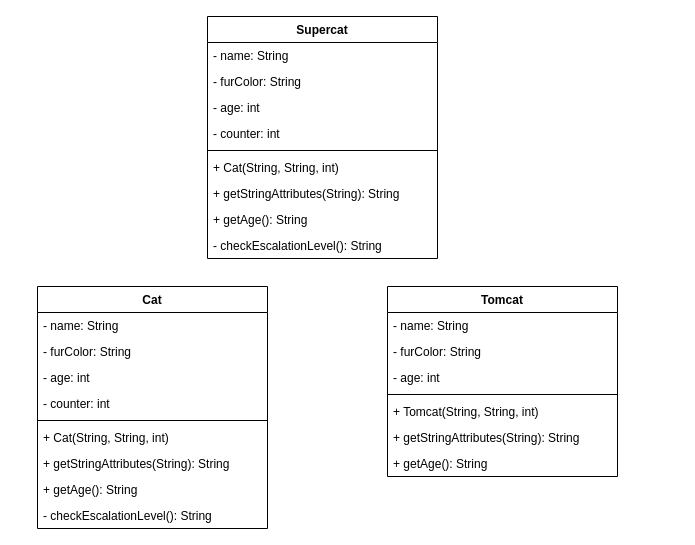
This is page "Cat_Tomcat_Supercat" (3 of 3) of klassendiagramm.drawio from Jamkhan-CC/03_Inheritance_Vererbung---1, a draw.io file, before an edit. Source tidied: cells renumbered, new cells numbered last; positions are measured from the earlier drawing's top-left corner, leaving out a move shared by most shapes. Both pictures are drawn from the tidied source at 100%, with x=0, y=0 at pixel (37, 16).
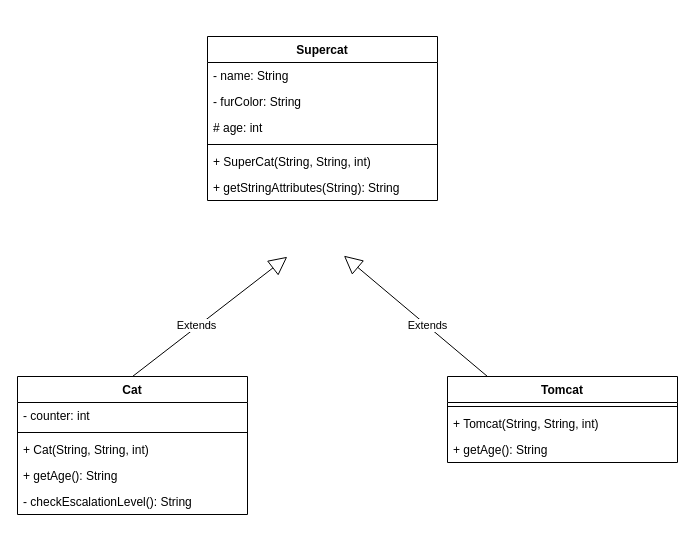
The same diagram, later.

Commit message (it also covers changes not shown here):
Klasse SuperCat

What changed in the source:
```diff
@@
-    <mxCell id="0" />
-    <mxCell id="1" parent="0" />
+    <mxCell id="30" />
+    <mxCell id="31" parent="30" />
-    <mxCell id="2" value="Cat" style="swimlane;fontStyle=1;align=center;verticalAlign=top;horizontal=1;startSize=26;" parent="1" vertex="1">
-      <mxGeometry y="270" width="230" height="242" as="geometry" />
+    <mxCell id="2" value="Cat" style="swimlane;fontStyle=1;align=center;verticalAlign=top;horizontal=1;startSize=26;" parent="31" vertex="1">
+      <mxGeometry x="-20" y="360" width="230" height="138" as="geometry" />
     </mxCell>
-    <mxCell id="3" value="- name: String" style="text;strokeColor=none;fillColor=none;align=left;verticalAlign=top;spacingLeft=4;spacingRight=4;overflow=hidden;" parent="2" vertex="1">
-      <mxGeometry y="26" width="230" height="26" as="geometry" />
-    </mxCell>
-    <mxCell id="4" value="- furColor: String" style="text;strokeColor=none;fillColor=none;align=left;verticalAlign=top;spacingLeft=4;spacingRight=4;overflow=hidden;" parent="2" vertex="1">
-      <mxGeometry y="52" width="230" height="26" as="geometry" />
-    </mxCell>
-    <mxCell id="5" value="- age: int" style="text;strokeColor=none;fillColor=none;align=left;verticalAlign=top;spacingLeft=4;spacingRight=4;overflow=hidden;" parent="2" vertex="1">
-      <mxGeometry y="78" width="230" height="26" as="geometry" />
-    </mxCell>
-    <mxCell id="6" value="- counter: int" style="text;strokeColor=none;fillColor=none;align=left;verticalAlign=top;spacingLeft=4;spacingRight=4;overflow=hidden;" parent="2" vertex="1">
-      <mxGeometry y="104" width="230" height="26" as="geometry" />
-    </mxCell>
-    <mxCell id="7" style="line;strokeWidth=1;fillColor=none;align=left;verticalAlign=middle;spacingTop=-1;spacingLeft=3;spacingRight=3;labelPosition=right;strokeColor=inherit;" parent="2" vertex="1">
-      <mxGeometry y="130" width="230" height="8" as="geometry" />
-    </mxCell>
-    <mxCell id="8" value="+ Cat(String, String, int)" style="text;strokeColor=none;fillColor=none;align=left;verticalAlign=top;spacingLeft=4;spacingRight=4;overflow=hidden;" parent="2" vertex="1">
-      <mxGeometry y="138" width="230" height="26" as="geometry" />
-    </mxCell>
-    <mxCell id="9" value="+ getStringAttributes(String): String" style="text;strokeColor=none;fillColor=none;align=left;verticalAlign=top;spacingLeft=4;spacingRight=4;overflow=hidden;" parent="2" vertex="1">
-      <mxGeometry y="164" width="230" height="26" as="geometry" />
-    </mxCell>
-    <mxCell id="10" value="+ getAge(): String" style="text;strokeColor=none;fillColor=none;align=left;verticalAlign=top;spacingLeft=4;spacingRight=4;overflow=hidden;" parent="2" vertex="1">
-      <mxGeometry y="190" width="230" height="26" as="geometry" />
-    </mxCell>
-    <mxCell id="11" value="- checkEscalationLevel(): String" style="text;strokeColor=none;fillColor=none;align=left;verticalAlign=top;spacingLeft=4;spacingRight=4;overflow=hidden;" parent="2" vertex="1">
-      <mxGeometry y="216" width="230" height="26" as="geometry" />
-    </mxCell>
+    <mxCell id="32" value="- counter: int" style="text;strokeColor=none;fillColor=none;align=left;verticalAlign=top;spacingLeft=4;spacingRight=4;overflow=hidden;" parent="2" vertex="1">
+      <mxGeometry y="26" width="230" height="26" as="geometry" />
+    </mxCell>
+    <mxCell id="33" style="line;strokeWidth=1;fillColor=none;align=left;verticalAlign=middle;spacingTop=-1;spacingLeft=3;spacingRight=3;labelPosition=right;strokeColor=inherit;" parent="2" vertex="1">
+      <mxGeometry y="52" width="230" height="8" as="geometry" />
+    </mxCell>
+    <mxCell id="34" value="+ Cat(String, String, int)" style="text;strokeColor=none;fillColor=none;align=left;verticalAlign=top;spacingLeft=4;spacingRight=4;overflow=hidden;" parent="2" vertex="1">
+      <mxGeometry y="60" width="230" height="26" as="geometry" />
+    </mxCell>
+    <mxCell id="35" value="+ getAge(): String" style="text;strokeColor=none;fillColor=none;align=left;verticalAlign=top;spacingLeft=4;spacingRight=4;overflow=hidden;" parent="2" vertex="1">
+      <mxGeometry y="86" width="230" height="26" as="geometry" />
+    </mxCell>
+    <mxCell id="36" value="- checkEscalationLevel(): String" style="text;strokeColor=none;fillColor=none;align=left;verticalAlign=top;spacingLeft=4;spacingRight=4;overflow=hidden;" parent="2" vertex="1">
+      <mxGeometry y="112" width="230" height="26" as="geometry" />
+    </mxCell>
-    <mxCell id="12" value="Tomcat" style="swimlane;fontStyle=1;align=center;verticalAlign=top;horizontal=1;startSize=26;" parent="1" vertex="1">
-      <mxGeometry x="350" y="270" width="230" height="190" as="geometry" />
+    <mxCell id="12" value="Tomcat" style="swimlane;fontStyle=1;align=center;verticalAlign=top;horizontal=1;startSize=26;" parent="31" vertex="1">
+      <mxGeometry x="410" y="360" width="230" height="86" as="geometry" />
     </mxCell>
-    <mxCell id="13" value="- name: String" style="text;strokeColor=none;fillColor=none;align=left;verticalAlign=top;spacingLeft=4;spacingRight=4;overflow=hidden;" parent="12" vertex="1">
-      <mxGeometry y="26" width="230" height="26" as="geometry" />
-    </mxCell>
-    <mxCell id="14" value="- furColor: String" style="text;strokeColor=none;fillColor=none;align=left;verticalAlign=top;spacingLeft=4;spacingRight=4;overflow=hidden;" parent="12" vertex="1">
-      <mxGeometry y="52" width="230" height="26" as="geometry" />
-    </mxCell>
-    <mxCell id="15" value="- age: int" style="text;strokeColor=none;fillColor=none;align=left;verticalAlign=top;spacingLeft=4;spacingRight=4;overflow=hidden;" parent="12" vertex="1">
-      <mxGeometry y="78" width="230" height="26" as="geometry" />
-    </mxCell>
+    <mxCell id="37" style="line;strokeWidth=1;fillColor=none;align=left;verticalAlign=middle;spacingTop=-1;spacingLeft=3;spacingRight=3;labelPosition=right;strokeColor=inherit;" parent="12" vertex="1">
+      <mxGeometry y="26" width="230" height="8" as="geometry" />
+    </mxCell>
+    <mxCell id="17" value="+ Tomcat(String, String, int)" style="text;strokeColor=none;fillColor=none;align=left;verticalAlign=top;spacingLeft=4;spacingRight=4;overflow=hidden;" parent="12" vertex="1">
+      <mxGeometry y="34" width="230" height="26" as="geometry" />
+    </mxCell>
+    <mxCell id="38" value="+ getAge(): String" style="text;strokeColor=none;fillColor=none;align=left;verticalAlign=top;spacingLeft=4;spacingRight=4;overflow=hidden;" parent="12" vertex="1">
+      <mxGeometry y="60" width="230" height="26" as="geometry" />
+    </mxCell>
+    <mxCell id="20" value="Supercat" style="swimlane;fontStyle=1;align=center;verticalAlign=top;horizontal=1;startSize=26;" parent="31" vertex="1">
+      <mxGeometry x="170" y="20" width="230" height="164" as="geometry" />
+    </mxCell>
+    <mxCell id="39" value="- name: String" style="text;strokeColor=none;fillColor=none;align=left;verticalAlign=top;spacingLeft=4;spacingRight=4;overflow=hidden;" parent="20" vertex="1">
+      <mxGeometry y="26" width="230" height="26" as="geometry" />
+    </mxCell>
+    <mxCell id="40" value="- furColor: String" style="text;strokeColor=none;fillColor=none;align=left;verticalAlign=top;spacingLeft=4;spacingRight=4;overflow=hidden;" parent="20" vertex="1">
+      <mxGeometry y="52" width="230" height="26" as="geometry" />
+    </mxCell>
+    <mxCell id="41" value="# age: int" style="text;strokeColor=none;fillColor=none;align=left;verticalAlign=top;spacingLeft=4;spacingRight=4;overflow=hidden;" parent="20" vertex="1">
+      <mxGeometry y="78" width="230" height="26" as="geometry" />
+    </mxCell>
-    <mxCell id="16" style="line;strokeWidth=1;fillColor=none;align=left;verticalAlign=middle;spacingTop=-1;spacingLeft=3;spacingRight=3;labelPosition=right;strokeColor=inherit;" parent="12" vertex="1">
+    <mxCell id="16" style="line;strokeWidth=1;fillColor=none;align=left;verticalAlign=middle;spacingTop=-1;spacingLeft=3;spacingRight=3;labelPosition=right;strokeColor=inherit;" parent="20" vertex="1">
       <mxGeometry y="104" width="230" height="8" as="geometry" />
     </mxCell>
-    <mxCell id="17" value="+ Tomcat(String, String, int)" style="text;strokeColor=none;fillColor=none;align=left;verticalAlign=top;spacingLeft=4;spacingRight=4;overflow=hidden;" parent="12" vertex="1">
-      <mxGeometry y="112" width="230" height="26" as="geometry" />
-    </mxCell>
+    <mxCell id="42" value="+ SuperCat(String, String, int)" style="text;strokeColor=none;fillColor=none;align=left;verticalAlign=top;spacingLeft=4;spacingRight=4;overflow=hidden;" parent="20" vertex="1">
+      <mxGeometry y="112" width="230" height="26" as="geometry" />
+    </mxCell>
-    <mxCell id="18" value="+ getStringAttributes(String): String" style="text;strokeColor=none;fillColor=none;align=left;verticalAlign=top;spacingLeft=4;spacingRight=4;overflow=hidden;" parent="12" vertex="1">
+    <mxCell id="18" value="+ getStringAttributes(String): String" style="text;strokeColor=none;fillColor=none;align=left;verticalAlign=top;spacingLeft=4;spacingRight=4;overflow=hidden;" parent="20" vertex="1">
       <mxGeometry y="138" width="230" height="26" as="geometry" />
     </mxCell>
-    <mxCell id="19" value="+ getAge(): String" style="text;strokeColor=none;fillColor=none;align=left;verticalAlign=top;spacingLeft=4;spacingRight=4;overflow=hidden;" parent="12" vertex="1">
-      <mxGeometry y="164" width="230" height="26" as="geometry" />
-    </mxCell>
-    <mxCell id="20" value="Supercat" style="swimlane;fontStyle=1;align=center;verticalAlign=top;horizontal=1;startSize=26;" parent="1" vertex="1">
-      <mxGeometry x="170" width="230" height="242" as="geometry" />
-    </mxCell>
-    <mxCell id="21" value="- name: String" style="text;strokeColor=none;fillColor=none;align=left;verticalAlign=top;spacingLeft=4;spacingRight=4;overflow=hidden;" parent="20" vertex="1">
-      <mxGeometry y="26" width="230" height="26" as="geometry" />
-    </mxCell>
-    <mxCell id="22" value="- furColor: String" style="text;strokeColor=none;fillColor=none;align=left;verticalAlign=top;spacingLeft=4;spacingRight=4;overflow=hidden;" parent="20" vertex="1">
-      <mxGeometry y="52" width="230" height="26" as="geometry" />
-    </mxCell>
-    <mxCell id="23" value="- age: int" style="text;strokeColor=none;fillColor=none;align=left;verticalAlign=top;spacingLeft=4;spacingRight=4;overflow=hidden;" parent="20" vertex="1">
-      <mxGeometry y="78" width="230" height="26" as="geometry" />
-    </mxCell>
-    <mxCell id="24" value="- counter: int" style="text;strokeColor=none;fillColor=none;align=left;verticalAlign=top;spacingLeft=4;spacingRight=4;overflow=hidden;" parent="20" vertex="1">
-      <mxGeometry y="104" width="230" height="26" as="geometry" />
-    </mxCell>
-    <mxCell id="25" style="line;strokeWidth=1;fillColor=none;align=left;verticalAlign=middle;spacingTop=-1;spacingLeft=3;spacingRight=3;labelPosition=right;strokeColor=inherit;" parent="20" vertex="1">
-      <mxGeometry y="130" width="230" height="8" as="geometry" />
-    </mxCell>
-    <mxCell id="26" value="+ Cat(String, String, int)" style="text;strokeColor=none;fillColor=none;align=left;verticalAlign=top;spacingLeft=4;spacingRight=4;overflow=hidden;" parent="20" vertex="1">
-      <mxGeometry y="138" width="230" height="26" as="geometry" />
-    </mxCell>
-    <mxCell id="27" value="+ getStringAttributes(String): String" style="text;strokeColor=none;fillColor=none;align=left;verticalAlign=top;spacingLeft=4;spacingRight=4;overflow=hidden;" parent="20" vertex="1">
-      <mxGeometry y="164" width="230" height="26" as="geometry" />
-    </mxCell>
-    <mxCell id="28" value="+ getAge(): String" style="text;strokeColor=none;fillColor=none;align=left;verticalAlign=top;spacingLeft=4;spacingRight=4;overflow=hidden;" parent="20" vertex="1">
-      <mxGeometry y="190" width="230" height="26" as="geometry" />
-    </mxCell>
-    <mxCell id="29" value="- checkEscalationLevel(): String" style="text;strokeColor=none;fillColor=none;align=left;verticalAlign=top;spacingLeft=4;spacingRight=4;overflow=hidden;" parent="20" vertex="1">
-      <mxGeometry y="216" width="230" height="26" as="geometry" />
-    </mxCell>
+    <mxCell id="43" value="Extends" style="endArrow=block;endSize=16;endFill=0;html=1;entryX=0.347;entryY=1.167;entryDx=0;entryDy=0;entryPerimeter=0;exitX=0.5;exitY=0;exitDx=0;exitDy=0;" parent="31" edge="1" source="2">
+      <mxGeometry x="-0.16" y="1" relative="1" as="geometry">
+        <mxPoint x="249.8" y="240.3" as="targetPoint" />
+      </mxGeometry>
+    </mxCell>
+    <mxCell id="44" value="Extends" style="endArrow=block;endSize=16;endFill=0;html=1;entryX=0.593;entryY=1.122;entryDx=0;entryDy=0;entryPerimeter=0;exitX=0.5;exitY=0;exitDx=0;exitDy=0;" parent="31" edge="1">
+      <mxGeometry x="-0.16" relative="1" as="geometry">
+        <mxPoint x="450" y="360" as="sourcePoint" />
+        <mxPoint x="306.4" y="239.2" as="targetPoint" />
+      </mxGeometry>
+    </mxCell>
```
